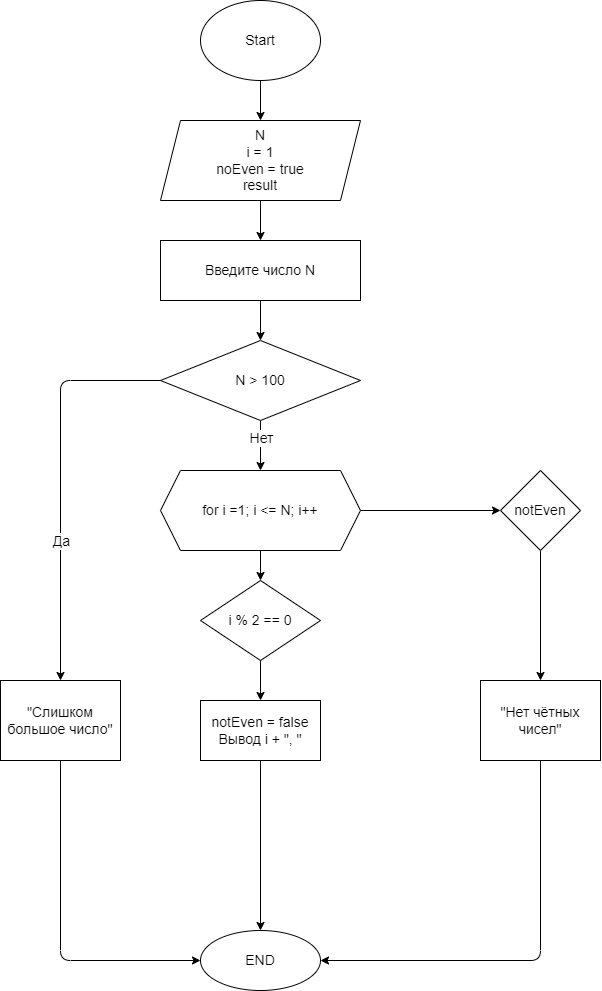
The draw.io diagram Homework/Homework_01/Ex008/diagram.drawio.png in shenlindao/CSharp, before a commit. Source tidied: cells renumbered, new cells last; positions are measured from the earlier drawing's top-left corner, leaving out a move shared by most shapes.
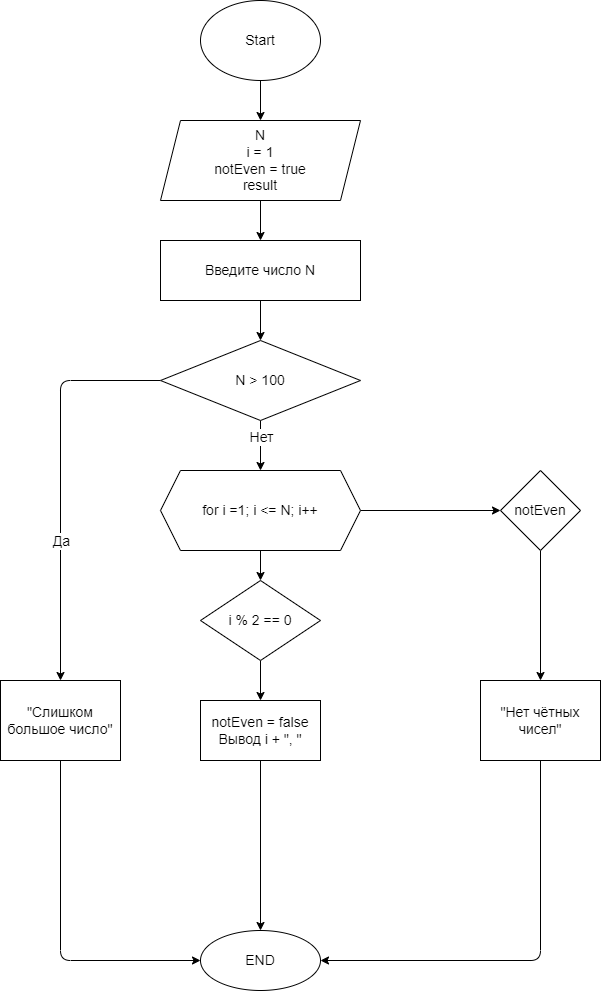
After the change.

Commit message:
Ex008_fix_mistake_diagram

Diff of the diagram source:
```diff
@@ -11,7 +11,7 @@
     <mxCell id="4" style="edgeStyle=none;html=1;" parent="1" edge="1" source="5" target="7">
       <mxGeometry relative="1" as="geometry" />
     </mxCell>
-    <mxCell id="5" value="&lt;font style=&quot;font-size: 14px;&quot;&gt;N&lt;br&gt;i = 1&lt;br&gt;noEven = true&lt;br&gt;result&lt;br&gt;&lt;/font&gt;" style="shape=parallelogram;perimeter=parallelogramPerimeter;whiteSpace=wrap;html=1;fixedSize=1;" parent="1" vertex="1">
+    <mxCell id="5" value="&lt;font style=&quot;font-size: 14px;&quot;&gt;N&lt;br&gt;i = 1&lt;br&gt;notEven = true&lt;br&gt;result&lt;br&gt;&lt;/font&gt;" style="shape=parallelogram;perimeter=parallelogramPerimeter;whiteSpace=wrap;html=1;fixedSize=1;" parent="1" vertex="1">
       <mxGeometry x="160" y="120" width="200" height="80" as="geometry" />
     </mxCell>
     <mxCell id="6" style="edgeStyle=none;html=1;fontSize=14;entryX=0.5;entryY=0;entryDx=0;entryDy=0;" parent="1" edge="1" source="7">
```
